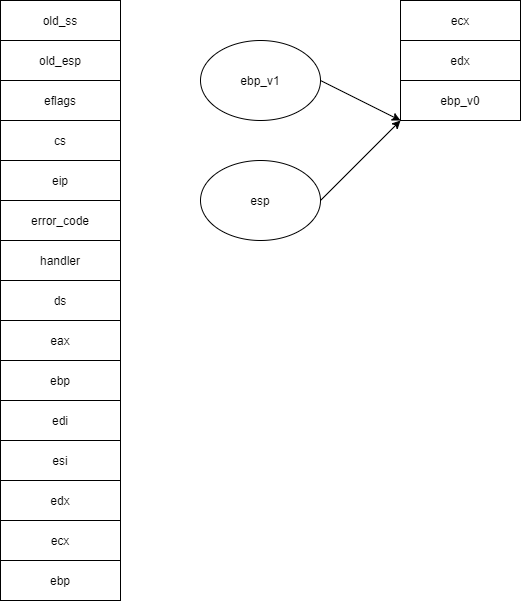
Earlier version of the draw.io export cpu_context_template.png (craftsfish/design). Source tidied: cells renumbered, new cells last; positions are measured from the earlier drawing's top-left corner, leaving out a move shared by most shapes.
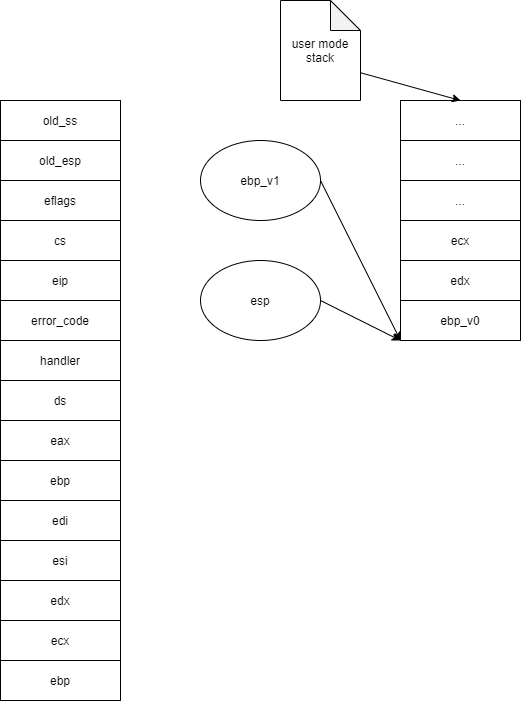
Above is the later version.

Diff of the diagram source:
```diff
@@ -48,18 +48,16 @@
       <mxGeometry y="560" width="120" height="40" as="geometry" />
     </mxCell>
     <mxCell id="17" value="ecx" style="rounded=0;whiteSpace=wrap;html=1;" parent="1" vertex="1">
-      <mxGeometry x="400" width="120" height="40" as="geometry" />
+      <mxGeometry x="400" y="120" width="120" height="40" as="geometry" />
     </mxCell>
     <mxCell id="18" value="edx" style="rounded=0;whiteSpace=wrap;html=1;" parent="1" vertex="1">
-      <mxGeometry x="400" y="40" width="120" height="40" as="geometry" />
+      <mxGeometry x="400" y="160" width="120" height="40" as="geometry" />
     </mxCell>
     <mxCell id="19" value="ebp_v0" style="rounded=0;whiteSpace=wrap;html=1;" parent="1" vertex="1">
-      <mxGeometry x="400" y="80" width="120" height="40" as="geometry" />
+      <mxGeometry x="400" y="200" width="120" height="40" as="geometry" />
     </mxCell>
-    <mxCell id="20" style="rounded=0;jettySize=auto;html=1;exitX=1;exitY=0.5;exitDx=0;exitDy=0;" parent="1" edge="1" source="21">
-      <mxGeometry relative="1" as="geometry">
-        <mxPoint x="400" y="120" as="targetPoint" />
-      </mxGeometry>
+    <mxCell id="20" style="rounded=0;jettySize=auto;html=1;exitX=1;exitY=0.5;exitDx=0;exitDy=0;entryX=0;entryY=1;entryDx=0;entryDy=0;" parent="1" edge="1" source="21" target="19">
+      <mxGeometry relative="1" as="geometry" />
     </mxCell>
     <mxCell id="21" value="ebp_v1" style="ellipse;whiteSpace=wrap;html=1;" parent="1" vertex="1">
       <mxGeometry x="200" y="40" width="120" height="80" as="geometry" />
@@ -70,5 +68,20 @@
     <mxCell id="23" value="esp" style="ellipse;whiteSpace=wrap;html=1;" parent="1" vertex="1">
       <mxGeometry x="200" y="160" width="120" height="80" as="geometry" />
     </mxCell>
+    <mxCell id="24" value="..." style="rounded=0;whiteSpace=wrap;html=1;" parent="1" vertex="1">
+      <mxGeometry x="400" width="120" height="40" as="geometry" />
+    </mxCell>
+    <mxCell id="25" value="..." style="rounded=0;whiteSpace=wrap;html=1;" parent="1" vertex="1">
+      <mxGeometry x="400" y="40" width="120" height="40" as="geometry" />
+    </mxCell>
+    <mxCell id="26" value="..." style="rounded=0;whiteSpace=wrap;html=1;" parent="1" vertex="1">
+      <mxGeometry x="400" y="80" width="120" height="40" as="geometry" />
+    </mxCell>
+    <mxCell id="27" style="edgeStyle=none;rounded=0;jettySize=auto;html=1;exitX=0;exitY=0.5;exitDx=0;exitDy=0;exitPerimeter=0;entryX=0.5;entryY=0;entryDx=0;entryDy=0;" parent="1" edge="1" source="28" target="24">
+      <mxGeometry relative="1" as="geometry" />
+    </mxCell>
+    <mxCell id="28" value="user mode stack" style="shape=note;whiteSpace=wrap;html=1;backgroundOutline=1;darkOpacity=0.05;" parent="1" vertex="1">
+      <mxGeometry x="280" y="-100" width="80" height="100" as="geometry" />
+    </mxCell>
   </root>
 </mxGraphModel>
```
